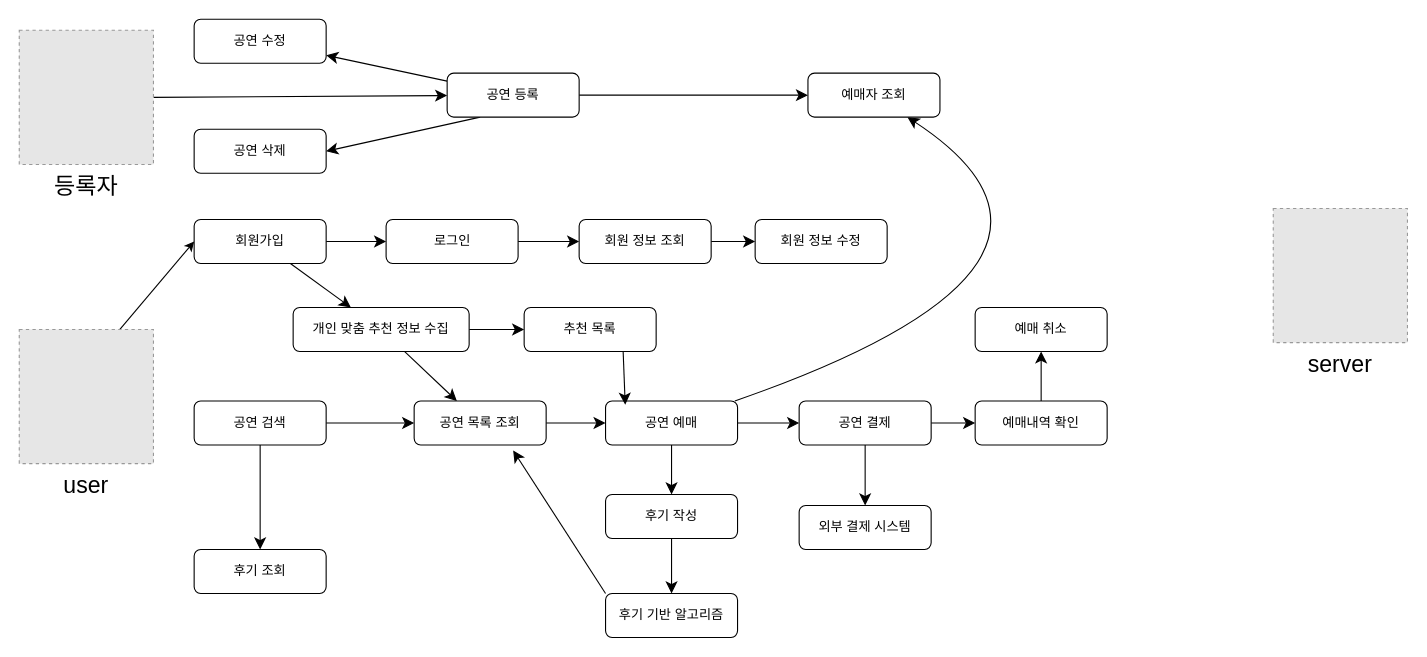
This is sw.drawio from wngml02/UML, a draw.io file, before an edit. Source tidied: cells renumbered, new cells numbered last; positions are measured from the earlier drawing's top-left corner, leaving out a move shared by most shapes. Both pictures are drawn from the tidied source at 110%, with x=0, y=0 at pixel (19, 19). Pictures stored in the file or linked from it are replaced by grey dashed boxes.
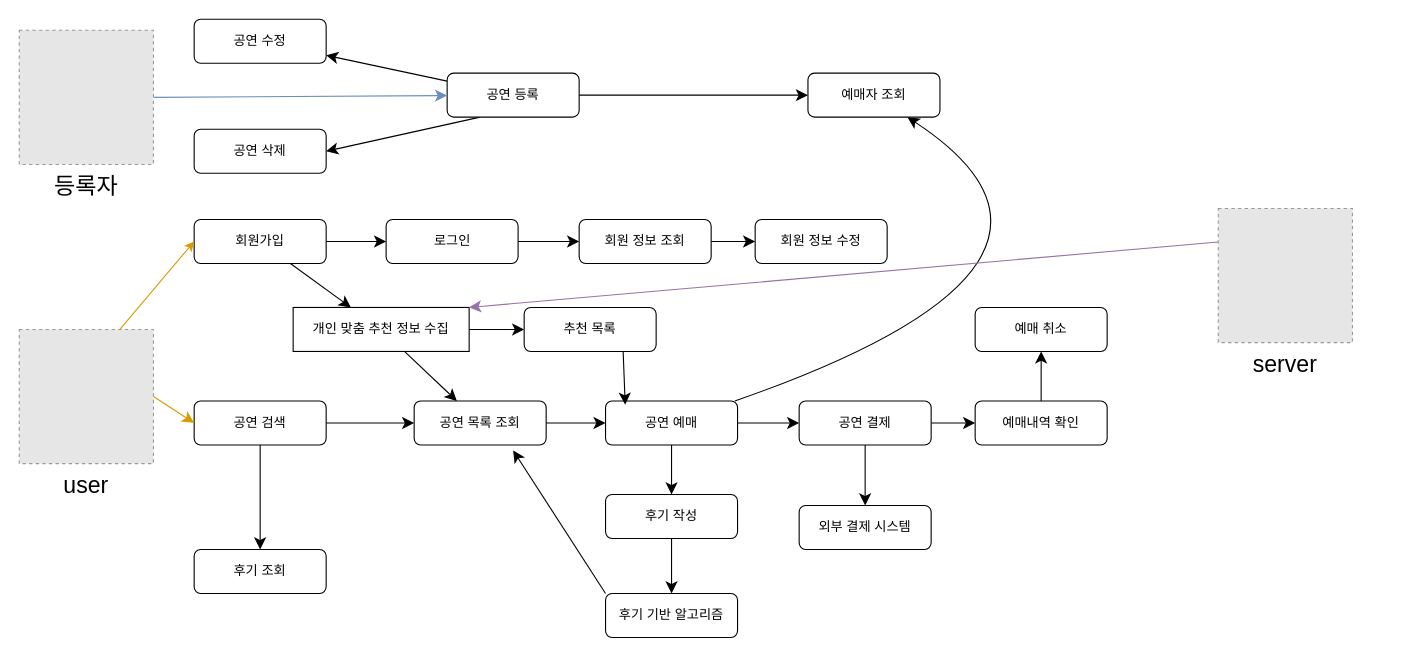
The same diagram, later.

The change refers to these unchanged cells:
```xml
<mxCell id="4" value="회원가입" style="rounded=1;whiteSpace=wrap;html=1;fontSize=12;glass=0;strokeWidth=1;shadow=0;" parent="1" vertex="1">
  <mxGeometry x="159" y="182" width="120" height="40" as="geometry" />
</mxCell>
<mxCell id="7" value="공연 검색" style="rounded=1;whiteSpace=wrap;html=1;fontSize=12;glass=0;strokeWidth=1;shadow=0;" parent="1" vertex="1">
  <mxGeometry x="159" y="347" width="120" height="40" as="geometry" />
</mxCell>
<mxCell id="14" value="공연 등록" style="rounded=1;whiteSpace=wrap;html=1;fontSize=12;glass=0;strokeWidth=1;shadow=0;" parent="1" vertex="1">
  <mxGeometry x="389" y="49" width="120" height="40" as="geometry" />
</mxCell>
<mxCell id="46" value="user" style="fillColor=#E6E6E6;strokeColor=#999999;dashed=1;verticalLabelPosition=bottom;labelBackgroundColor=default;verticalAlign=top;fontSize=21;" parent="1" vertex="1">
  <mxGeometry y="282" width="122" height="122" as="geometry" />
</mxCell>
<mxCell id="48" value="등록자" style="fillColor=#E6E6E6;strokeColor=#999999;dashed=1;verticalLabelPosition=bottom;labelBackgroundColor=default;verticalAlign=top;fontSize=21;" parent="1" vertex="1">
  <mxGeometry y="10" width="122" height="122" as="geometry" />
</mxCell>
```

Diff of the diagram source:
```diff
@@
-    <mxCell id="10" value="개인 맞춤 추천 정보 수집" style="rounded=1;whiteSpace=wrap;html=1;fontSize=12;glass=0;strokeWidth=1;shadow=0;" parent="1" vertex="1">
+    <mxCell id="10" value="개인 맞춤 추천 정보 수집" style="rounded=1;whiteSpace=wrap;html=1;fontSize=12;glass=0;strokeWidth=1;shadow=0;arcSize=0;" parent="1" vertex="1">
       <mxGeometry x="249" y="262" width="160" height="40" as="geometry" />
     </mxCell>
@@
-    <mxCell id="45" style="edgeStyle=none;curved=0;rounded=0;jettySize=auto;html=1;exitX=0.75;exitY=0;exitDx=0;exitDy=0;entryX=0;entryY=0.5;entryDx=0;entryDy=0;fontSize=12;strokeColor=default;" parent="1" edge="1" source="46" target="4">
+    <mxCell id="45" style="edgeStyle=none;curved=0;rounded=0;jettySize=auto;html=1;exitX=0.75;exitY=0;exitDx=0;exitDy=0;entryX=0;entryY=0.5;entryDx=0;entryDy=0;fontSize=12;strokeColor=#d79b00;fillColor=#ffe6cc;" parent="1" edge="1" source="46" target="4">
       <mxGeometry relative="1" as="geometry" />
     </mxCell>
+    <mxCell id="50" style="edgeStyle=none;curved=1;rounded=0;jettySize=auto;html=1;exitX=1;exitY=0.5;exitDx=0;exitDy=0;entryX=0;entryY=0.5;entryDx=0;entryDy=0;fontSize=12;startSize=8;endSize=8;fillColor=#ffe6cc;strokeColor=#d79b00;" parent="1" edge="1" source="46" target="7">
+      <mxGeometry relative="1" as="geometry" />
+    </mxCell>
@@
-    <mxCell id="47" style="edgeStyle=none;curved=1;rounded=0;jettySize=auto;html=1;exitX=1;exitY=0.5;exitDx=0;exitDy=0;fontSize=12;startSize=8;endSize=8;" parent="1" edge="1" source="48" target="14">
+    <mxCell id="47" style="edgeStyle=none;curved=1;rounded=0;jettySize=auto;html=1;exitX=1;exitY=0.5;exitDx=0;exitDy=0;fontSize=12;startSize=8;endSize=8;fillColor=#dae8fc;strokeColor=#6c8ebf;" parent="1" edge="1" source="48" target="14">
       <mxGeometry relative="1" as="geometry" />
     </mxCell>
@@
+    <mxCell id="51" style="edgeStyle=none;curved=1;rounded=0;jettySize=auto;html=1;exitX=0;exitY=0.25;exitDx=0;exitDy=0;fontSize=12;startSize=8;endSize=8;entryX=1;entryY=0;entryDx=0;entryDy=0;fillColor=#e1d5e7;strokeColor=#9673a6;" parent="1" edge="1" source="49" target="10">
+      <mxGeometry relative="1" as="geometry" />
+    </mxCell>
     <mxCell id="49" value="server" style="fillColor=#E6E6E6;strokeColor=#999999;dashed=1;verticalLabelPosition=bottom;labelBackgroundColor=default;verticalAlign=top;fontSize=21;" parent="1" vertex="1">
-      <mxGeometry x="1140" y="172" width="122" height="122" as="geometry" />
+      <mxGeometry x="1090" y="172" width="122" height="122" as="geometry" />
     </mxCell>
```
